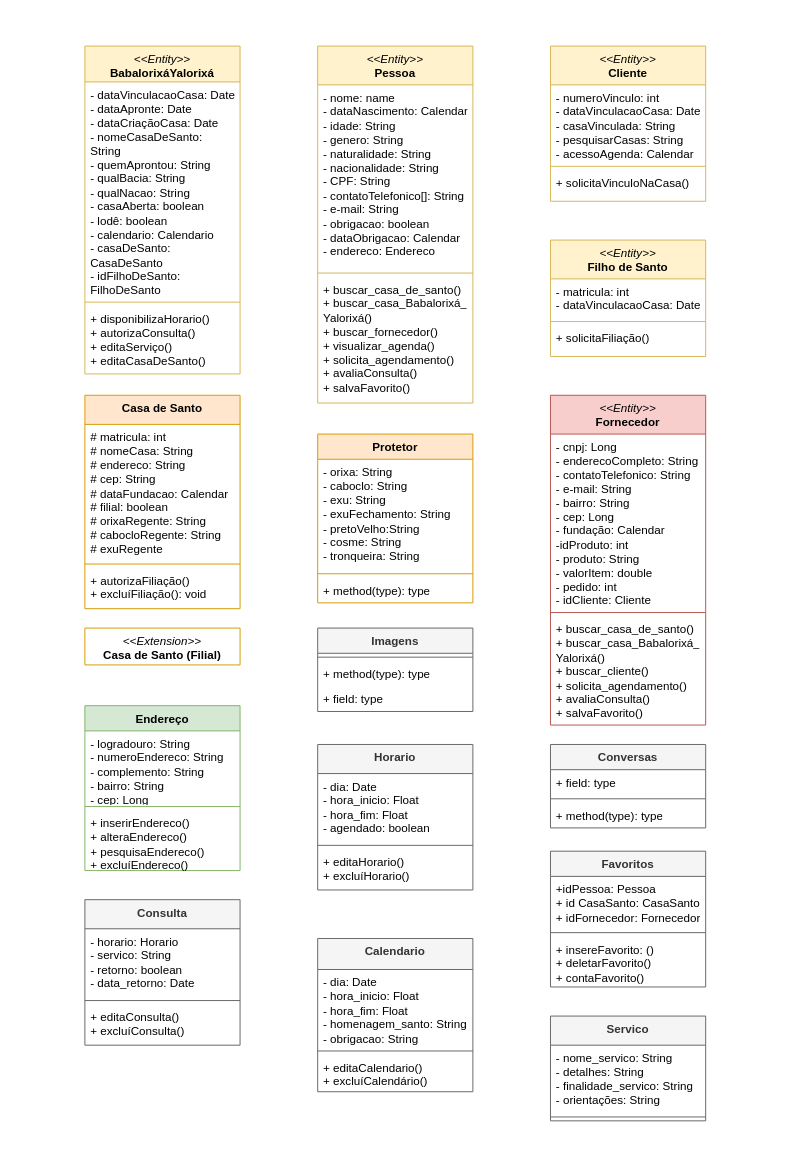
This is DiagramaDeClasseSarava.drawio from AlexCarvalhovisk/sarava, a draw.io file, before an edit. Source tidied: cells renumbered, new cells numbered last; positions are measured from the earlier drawing's top-left corner, leaving out a move shared by most shapes. Both pictures are drawn from the tidied source at 97%, with x=0, y=0 at pixel (84, 46).
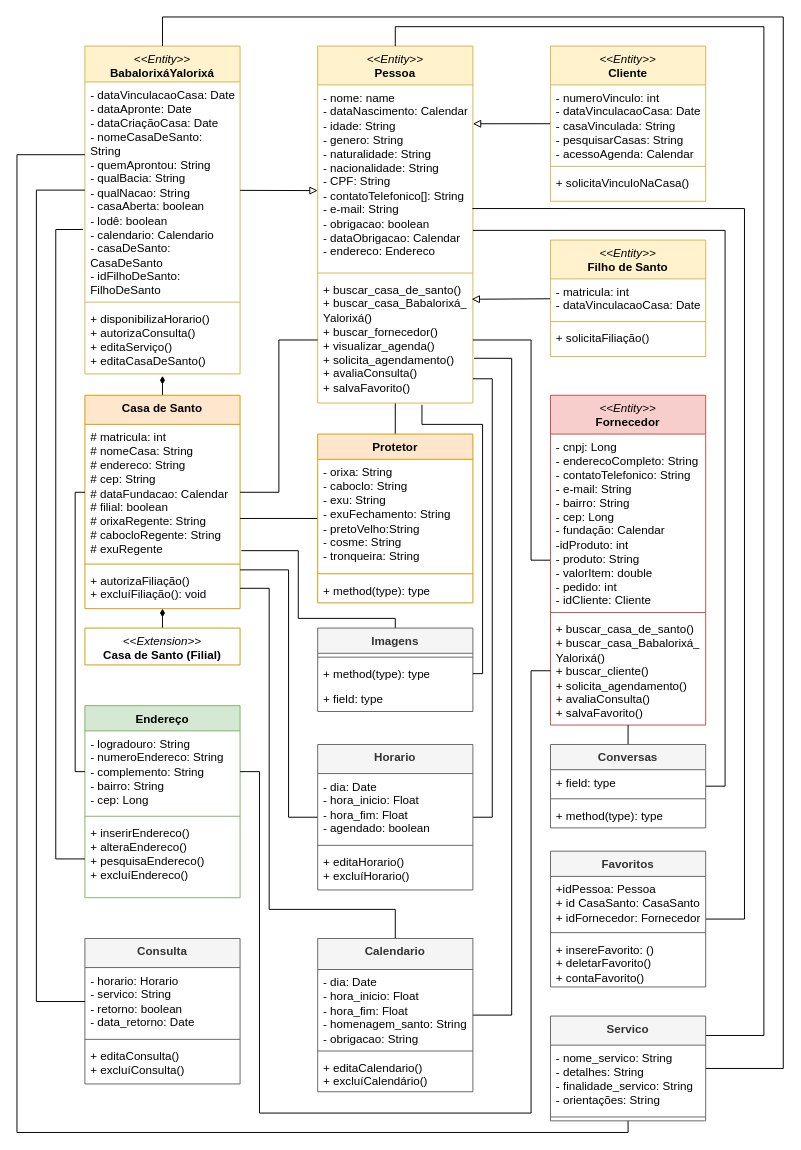
After the change.

Unchanged cells that the change refers to:
```xml
<mxCell id="2" value="&lt;i style=&quot;border-color: var(--border-color); font-weight: 400;&quot;&gt;&amp;lt;&amp;lt;Entity&amp;gt;&amp;gt;&lt;/i&gt;&lt;br&gt;Pessoa" style="swimlane;fontStyle=1;align=center;verticalAlign=top;horizontal=1;startSize=40;whiteSpace=wrap;html=1;fillColor=#fff2cc;strokeColor=#d6b656;" parent="1" vertex="1">
  <mxGeometry x="240" width="160" height="368" as="geometry" />
</mxCell>
<mxCell id="3" value="- nome: name&lt;br&gt;- dataNascimento: Calendar&lt;br&gt;- idade: String&lt;br&gt;- genero: String&lt;br&gt;- naturalidade: String&lt;br&gt;- nacionalidade: String&lt;br&gt;- CPF: String&lt;br&gt;- contatoTelefonico[]: String&lt;br&gt;- e-mail: String&lt;br&gt;- obrigacao: boolean&lt;br&gt;- dataObrigacao: Calendar&lt;br&gt;- endereco: Endereco" style="text;strokeColor=none;fillColor=none;align=left;verticalAlign=top;spacingLeft=4;spacingRight=4;overflow=hidden;points=[[0,0.5],[1,0.5]];portConstraint=eastwest;whiteSpace=wrap;html=1;" parent="2" vertex="1">
  <mxGeometry y="40" width="160" height="190" as="geometry" />
</mxCell>
<mxCell id="5" value="+ buscar_casa_de_santo()&lt;br&gt;+ buscar_casa_Babalorixá_&lt;br&gt;Yalorixá()&lt;br&gt;+ buscar_fornecedor()&lt;br&gt;+ visualizar_agenda()&lt;br&gt;+ solicita_agendamento()&lt;br&gt;+ avaliaConsulta()&lt;br&gt;+ salvaFavorito()" style="text;strokeColor=none;fillColor=none;align=left;verticalAlign=top;spacingLeft=4;spacingRight=4;overflow=hidden;points=[[0,0.5],[1,0.5]];portConstraint=eastwest;whiteSpace=wrap;html=1;" parent="2" vertex="1">
  <mxGeometry y="238" width="160" height="130" as="geometry" />
</mxCell>
<mxCell id="6" value="&lt;i style=&quot;border-color: var(--border-color); font-weight: 400;&quot;&gt;&amp;lt;&amp;lt;Entity&amp;gt;&amp;gt;&lt;/i&gt;&lt;br&gt;Filho de Santo" style="swimlane;fontStyle=1;align=center;verticalAlign=top;horizontal=1;startSize=40;whiteSpace=wrap;html=1;fillColor=#fff2cc;strokeColor=#d6b656;" parent="1" vertex="1">
  <mxGeometry x="480" y="200" width="160" height="120" as="geometry" />
</mxCell>
<mxCell id="10" value="&lt;i style=&quot;border-color: var(--border-color); font-weight: 400;&quot;&gt;&amp;lt;&amp;lt;Entity&amp;gt;&amp;gt;&lt;/i&gt;&lt;br&gt;Cliente" style="swimlane;fontStyle=1;align=center;verticalAlign=top;horizontal=1;startSize=40;whiteSpace=wrap;html=1;fillColor=#fff2cc;strokeColor=#d6b656;" parent="1" vertex="1">
  <mxGeometry x="480" width="160" height="160" as="geometry" />
</mxCell>
<mxCell id="14" value="&lt;i style=&quot;border-color: var(--border-color); font-weight: 400;&quot;&gt;&amp;lt;&amp;lt;Entity&amp;gt;&amp;gt;&lt;/i&gt;&lt;br&gt;Fornecedor" style="swimlane;fontStyle=1;align=center;verticalAlign=top;horizontal=1;startSize=40;whiteSpace=wrap;html=1;fillColor=#f8cecc;strokeColor=#b85450;" parent="1" vertex="1">
  <mxGeometry x="480" y="360" width="160" height="340" as="geometry" />
</mxCell>
<mxCell id="17" value="+ buscar_casa_de_santo()&lt;br&gt;+ buscar_casa_Babalorixá_&lt;br&gt;Yalorixá()&lt;br&gt;+ buscar_cliente()&lt;br&gt;+ solicita_agendamento()&lt;br&gt;+ avaliaConsulta()&lt;br&gt;+ salvaFavorito()" style="text;strokeColor=none;fillColor=none;align=left;verticalAlign=top;spacingLeft=4;spacingRight=4;overflow=hidden;points=[[0,0.5],[1,0.5]];portConstraint=eastwest;whiteSpace=wrap;html=1;" parent="14" vertex="1">
  <mxGeometry y="228" width="160" height="112" as="geometry" />
</mxCell>
<mxCell id="18" value="&lt;i style=&quot;font-weight: normal;&quot;&gt;&amp;lt;&amp;lt;Entity&amp;gt;&amp;gt;&lt;br&gt;&lt;/i&gt;BabalorixáYalorixá" style="swimlane;fontStyle=1;align=center;verticalAlign=top;horizontal=1;startSize=37;whiteSpace=wrap;html=1;fillColor=#fff2cc;strokeColor=#d6b656;" parent="1" vertex="1">
  <mxGeometry width="160" height="338" as="geometry" />
</mxCell>
<mxCell id="19" value="- dataVinculacaoCasa: Date&lt;br style=&quot;border-color: var(--border-color);&quot;&gt;- dataApronte: Date&lt;br&gt;- dataCriaçãoCasa: Date&lt;br&gt;- nomeCasaDeSanto: String&lt;br&gt;- quemAprontou: String&lt;br&gt;- qualBacia: String&lt;br&gt;- qualNacao: String&lt;br&gt;- casaAberta: boolean&lt;br&gt;- lodê: boolean&lt;br&gt;- calendario: Calendario&lt;br&gt;- casaDeSanto: CasaDeSanto&lt;br&gt;- idFilhoDeSanto: FilhoDeSanto" style="text;strokeColor=none;fillColor=none;align=left;verticalAlign=top;spacingLeft=4;spacingRight=4;overflow=hidden;points=[[0,0.5],[1,0.5]];portConstraint=eastwest;whiteSpace=wrap;html=1;" parent="18" vertex="1">
  <mxGeometry y="37" width="160" height="223" as="geometry" />
</mxCell>
<mxCell id="21" value="+ disponibilizaHorario()&lt;br&gt;+ autorizaConsulta()&lt;br&gt;+ editaServiço()&lt;br&gt;+ editaCasaDeSanto()" style="text;strokeColor=none;fillColor=none;align=left;verticalAlign=top;spacingLeft=4;spacingRight=4;overflow=hidden;points=[[0,0.5],[1,0.5]];portConstraint=eastwest;whiteSpace=wrap;html=1;" parent="18" vertex="1">
  <mxGeometry y="268" width="160" height="70" as="geometry" />
</mxCell>
<mxCell id="22" value="Casa de Santo" style="swimlane;fontStyle=1;align=center;verticalAlign=top;horizontal=1;startSize=30;whiteSpace=wrap;html=1;fillColor=#ffe6cc;strokeColor=#d79b00;" parent="1" vertex="1">
  <mxGeometry y="360" width="160" height="220" as="geometry" />
</mxCell>
<mxCell id="23" value="# matricula: int&lt;br&gt;# nomeCasa: String&lt;br&gt;# endereco: String&lt;br&gt;# cep: String&lt;br&gt;# dataFundacao: Calendar&lt;br&gt;# filial: boolean&lt;br&gt;# orixaRegente: String&lt;br&gt;# cabocloRegente: String&lt;br&gt;# exuRegente" style="text;strokeColor=none;fillColor=none;align=left;verticalAlign=top;spacingLeft=4;spacingRight=4;overflow=hidden;points=[[0,0.5],[1,0.5]];portConstraint=eastwest;whiteSpace=wrap;html=1;" parent="22" vertex="1">
  <mxGeometry y="30" width="160" height="140" as="geometry" />
</mxCell>
<mxCell id="25" value="+ autorizaFiliação()&lt;br&gt;+ excluíFiliação(): void" style="text;strokeColor=none;fillColor=none;align=left;verticalAlign=top;spacingLeft=4;spacingRight=4;overflow=hidden;points=[[0,0.5],[1,0.5]];portConstraint=eastwest;whiteSpace=wrap;html=1;" parent="22" vertex="1">
  <mxGeometry y="178" width="160" height="42" as="geometry" />
</mxCell>
<mxCell id="26" value="&lt;span style=&quot;font-weight: normal;&quot;&gt;&lt;i&gt;&amp;lt;&amp;lt;Extension&amp;gt;&amp;gt;&lt;/i&gt;&lt;/span&gt;&lt;br&gt;Casa de Santo (Filial)" style="swimlane;fontStyle=1;align=center;verticalAlign=top;horizontal=1;startSize=0;whiteSpace=wrap;html=1;fillColor=#ffe6cc;strokeColor=#d79b00;" parent="1" vertex="1" collapsed="1">
  <mxGeometry y="600" width="160" height="38" as="geometry" />
</mxCell>
<mxCell id="27" value="Horario" style="swimlane;fontStyle=1;align=center;verticalAlign=top;horizontal=1;startSize=30;whiteSpace=wrap;html=1;fillColor=#f5f5f5;fontColor=#333333;strokeColor=#666666;" parent="1" vertex="1">
  <mxGeometry x="240" y="720" width="160" height="150" as="geometry" />
</mxCell>
<mxCell id="32" value="- horario: Horario&lt;br&gt;- servico: String&lt;br&gt;- retorno: boolean&lt;br&gt;- data_retorno: Date" style="text;strokeColor=none;fillColor=none;align=left;verticalAlign=top;spacingLeft=4;spacingRight=4;overflow=hidden;points=[[0,0.5],[1,0.5]];portConstraint=eastwest;whiteSpace=wrap;html=1;" parent="31" vertex="1">
  <mxGeometry y="30" width="160" height="70" as="geometry" />
</mxCell>
<mxCell id="35" value="Calendario" style="swimlane;fontStyle=1;align=center;verticalAlign=top;horizontal=1;startSize=32;whiteSpace=wrap;html=1;fillColor=#f5f5f5;fontColor=#333333;strokeColor=#666666;" parent="1" vertex="1">
  <mxGeometry x="240" y="920" width="160" height="158" as="geometry" />
</mxCell>
<mxCell id="39" value="Servico" style="swimlane;fontStyle=1;align=center;verticalAlign=top;horizontal=1;startSize=30;whiteSpace=wrap;html=1;fillColor=#f5f5f5;fontColor=#333333;strokeColor=#666666;" parent="1" vertex="1">
  <mxGeometry x="480" y="1000" width="160" height="108" as="geometry" />
</mxCell>
<mxCell id="46" value="Protetor" style="swimlane;fontStyle=1;align=center;verticalAlign=top;horizontal=1;startSize=26;whiteSpace=wrap;html=1;fillColor=#ffe6cc;strokeColor=#d79b00;" parent="1" vertex="1">
  <mxGeometry x="240" y="400" width="160" height="174" as="geometry" />
</mxCell>
<mxCell id="50" value="Conversas" style="swimlane;fontStyle=1;align=center;verticalAlign=top;horizontal=1;startSize=26;whiteSpace=wrap;html=1;fillColor=#f5f5f5;fontColor=#333333;strokeColor=#666666;" parent="1" vertex="1">
  <mxGeometry x="480" y="720" width="160" height="86" as="geometry" />
</mxCell>
<mxCell id="54" value="Favoritos" style="swimlane;fontStyle=1;align=center;verticalAlign=top;horizontal=1;startSize=26;whiteSpace=wrap;html=1;fillColor=#f5f5f5;fontColor=#333333;strokeColor=#666666;" parent="1" vertex="1">
  <mxGeometry x="480" y="830" width="160" height="140" as="geometry" />
</mxCell>
<mxCell id="58" value="Imagens" style="swimlane;fontStyle=1;align=center;verticalAlign=top;horizontal=1;startSize=26;whiteSpace=wrap;html=1;fillColor=#f5f5f5;fontColor=#333333;strokeColor=#666666;" parent="1" vertex="1">
  <mxGeometry x="240" y="600" width="160" height="86" as="geometry" />
</mxCell>
<mxCell id="60" value="+ method(type): type" style="text;strokeColor=none;fillColor=none;align=left;verticalAlign=top;spacingLeft=4;spacingRight=4;overflow=hidden;points=[[0,0.5],[1,0.5]];portConstraint=eastwest;whiteSpace=wrap;html=1;" parent="58" vertex="1">
  <mxGeometry y="34" width="160" height="26" as="geometry" />
</mxCell>
```

Diff of the diagram source:
```diff
@@
+    <mxCell id="62" style="rounded=0;jettySize=auto;html=1;entryX=0.5;entryY=0;entryDx=0;entryDy=0;endArrow=none;endFill=0;" parent="1" edge="1" source="2" target="46">
+      <mxGeometry relative="1" as="geometry" />
+    </mxCell>
@@
+    <mxCell id="63" style="rounded=0;jettySize=auto;html=1;endArrow=block;endFill=0;entryX=0.992;entryY=0.177;entryDx=0;entryDy=0;entryPerimeter=0;" parent="1" edge="1" source="6" target="5">
+      <mxGeometry relative="1" as="geometry" />
+    </mxCell>
@@
+    <mxCell id="64" style="rounded=0;jettySize=auto;html=1;entryX=1;entryY=0.211;entryDx=0;entryDy=0;entryPerimeter=0;endArrow=block;endFill=0;" parent="1" edge="1" source="10" target="3">
+      <mxGeometry relative="1" as="geometry" />
+    </mxCell>
@@
+    <mxCell id="65" style="edgeStyle=orthogonalEdgeStyle;rounded=0;jettySize=auto;html=1;endArrow=none;endFill=0;" parent="1" edge="1" source="14" target="5">
+      <mxGeometry relative="1" as="geometry">
+        <Array as="points">
+          <mxPoint x="460" y="530" />
+          <mxPoint x="460" y="303" />
+        </Array>
+      </mxGeometry>
+    </mxCell>
@@
+    <mxCell id="66" style="rounded=0;jettySize=auto;html=1;entryX=0.5;entryY=1.029;entryDx=0;entryDy=0;entryPerimeter=0;endArrow=diamondThin;endFill=1;" parent="1" edge="1" source="22" target="21">
+      <mxGeometry relative="1" as="geometry" />
+    </mxCell>
@@
+    <mxCell id="67" style="rounded=0;jettySize=auto;html=1;entryX=0.5;entryY=1;entryDx=0;entryDy=0;entryPerimeter=0;endArrow=diamondThin;endFill=1;" parent="1" edge="1" source="26" target="25">
+      <mxGeometry relative="1" as="geometry" />
+    </mxCell>
@@
+    <mxCell id="68" style="edgeStyle=orthogonalEdgeStyle;rounded=0;jettySize=auto;html=1;endArrow=none;endFill=0;" parent="1" edge="1" source="27">
+      <mxGeometry relative="1" as="geometry">
+        <mxPoint x="160" y="540" as="targetPoint" />
+        <Array as="points">
+          <mxPoint x="210" y="795" />
+          <mxPoint x="210" y="540" />
+        </Array>
+      </mxGeometry>
+    </mxCell>
+    <mxCell id="69" style="edgeStyle=orthogonalEdgeStyle;rounded=0;jettySize=auto;html=1;endArrow=none;endFill=0;" parent="1" edge="1" source="27">
+      <mxGeometry relative="1" as="geometry">
+        <mxPoint x="400" y="343" as="targetPoint" />
+        <Array as="points">
+          <mxPoint x="420" y="795" />
+          <mxPoint x="420" y="343" />
+        </Array>
+      </mxGeometry>
+    </mxCell>
@@
     <mxCell id="31" value="Consulta" style="swimlane;fontStyle=1;align=center;verticalAlign=top;horizontal=1;startSize=30;whiteSpace=wrap;html=1;fillColor=#f5f5f5;fontColor=#333333;strokeColor=#666666;" parent="1" vertex="1">
-      <mxGeometry y="880" width="160" height="150" as="geometry" />
+      <mxGeometry y="920" width="160" height="150" as="geometry" />
     </mxCell>
@@
+    <mxCell id="70" style="edgeStyle=orthogonalEdgeStyle;rounded=0;jettySize=auto;html=1;entryX=1;entryY=0.5;entryDx=0;entryDy=0;endArrow=none;endFill=0;" parent="1" edge="1" source="35" target="25">
+      <mxGeometry relative="1" as="geometry">
+        <Array as="points">
+          <mxPoint x="320" y="890" />
+          <mxPoint x="190" y="890" />
+          <mxPoint x="190" y="559" />
+        </Array>
+      </mxGeometry>
+    </mxCell>
+    <mxCell id="71" style="edgeStyle=orthogonalEdgeStyle;rounded=0;jettySize=auto;html=1;entryX=1.008;entryY=0.645;entryDx=0;entryDy=0;entryPerimeter=0;endArrow=none;endFill=0;" parent="1" edge="1" source="35" target="5">
+      <mxGeometry relative="1" as="geometry">
+        <Array as="points">
+          <mxPoint x="440" y="999" />
+          <mxPoint x="440" y="322" />
+        </Array>
+      </mxGeometry>
+    </mxCell>
@@
+    <mxCell id="72" style="edgeStyle=orthogonalEdgeStyle;rounded=0;jettySize=auto;html=1;endArrow=none;endFill=0;" parent="1" edge="1" source="39">
+      <mxGeometry relative="1" as="geometry">
+        <mxPoint y="112" as="targetPoint" />
+        <Array as="points">
+          <mxPoint x="560" y="1120" />
+          <mxPoint x="-70" y="1120" />
+          <mxPoint x="-70" y="112" />
+        </Array>
+      </mxGeometry>
+    </mxCell>
+    <mxCell id="73" style="edgeStyle=orthogonalEdgeStyle;rounded=0;jettySize=auto;html=1;entryX=0.5;entryY=0;entryDx=0;entryDy=0;endArrow=none;endFill=0;" parent="1" edge="1" source="39" target="2">
+      <mxGeometry relative="1" as="geometry">
+        <Array as="points">
+          <mxPoint x="700" y="1020" />
+          <mxPoint x="700" y="-20" />
+          <mxPoint x="320" y="-20" />
+        </Array>
+      </mxGeometry>
+    </mxCell>
+    <mxCell id="74" style="edgeStyle=orthogonalEdgeStyle;rounded=0;jettySize=auto;html=1;entryX=0.5;entryY=0;entryDx=0;entryDy=0;endArrow=none;endFill=0;" parent="1" edge="1" source="39" target="18">
+      <mxGeometry relative="1" as="geometry">
+        <Array as="points">
+          <mxPoint x="720" y="1054" />
+          <mxPoint x="720" y="-30" />
+          <mxPoint x="80" y="-30" />
+        </Array>
+      </mxGeometry>
+    </mxCell>
@@
     <mxCell id="42" value="Endereço" style="swimlane;fontStyle=1;align=center;verticalAlign=top;horizontal=1;startSize=26;whiteSpace=wrap;html=1;fillColor=#d5e8d4;strokeColor=#82b366;" parent="1" vertex="1">
-      <mxGeometry y="680" width="160" height="170" as="geometry" />
+      <mxGeometry y="680" width="160" height="198" as="geometry" />
     </mxCell>
     <mxCell id="43" value="- logradouro: String&lt;br&gt;- numeroEndereco: String&lt;br&gt;- complemento: String&lt;br&gt;- bairro: String&lt;br&gt;- cep: Long" style="text;strokeColor=none;fillColor=none;align=left;verticalAlign=top;spacingLeft=4;spacingRight=4;overflow=hidden;points=[[0,0.5],[1,0.5]];portConstraint=eastwest;whiteSpace=wrap;html=1;" parent="42" vertex="1">
-      <mxGeometry y="26" width="160" height="74" as="geometry" />
+      <mxGeometry y="26" width="160" height="84" as="geometry" />
     </mxCell>
     <mxCell id="44" style="line;strokeWidth=1;fillColor=none;align=left;verticalAlign=middle;spacingTop=-1;spacingLeft=3;spacingRight=3;labelPosition=right;strokeColor=inherit;" parent="42" vertex="1">
-      <mxGeometry y="100" width="160" height="8" as="geometry" />
+      <mxGeometry y="110" width="160" height="8" as="geometry" />
     </mxCell>
     <mxCell id="45" value="+ inserirEndereco()&lt;br&gt;+ alteraEndereco()&lt;br&gt;+ pesquisaEndereco()&lt;br&gt;+ excluíEndereco()" style="text;strokeColor=none;fillColor=none;align=left;verticalAlign=top;spacingLeft=4;spacingRight=4;overflow=hidden;points=[[0,0.5],[1,0.5]];portConstraint=eastwest;whiteSpace=wrap;html=1;" parent="42" vertex="1">
-      <mxGeometry y="108" width="160" height="62" as="geometry" />
+      <mxGeometry y="118" width="160" height="80" as="geometry" />
     </mxCell>
+    <mxCell id="75" style="rounded=0;jettySize=auto;html=1;endArrow=none;endFill=0;entryX=1;entryY=0.693;entryDx=0;entryDy=0;entryPerimeter=0;" parent="1" edge="1" source="46" target="23">
+      <mxGeometry relative="1" as="geometry" />
+    </mxCell>
@@
+    <mxCell id="76" style="rounded=0;jettySize=auto;html=1;entryX=0.5;entryY=1;entryDx=0;entryDy=0;entryPerimeter=0;endArrow=none;endFill=0;" parent="1" edge="1" source="50" target="17">
+      <mxGeometry relative="1" as="geometry" />
+    </mxCell>
+    <mxCell id="77" style="edgeStyle=orthogonalEdgeStyle;rounded=0;jettySize=auto;html=1;endArrow=none;endFill=0;" parent="1" edge="1" source="50">
+      <mxGeometry relative="1" as="geometry">
+        <mxPoint x="400" y="190" as="targetPoint" />
+        <Array as="points">
+          <mxPoint x="660" y="763" />
+          <mxPoint x="660" y="190" />
+        </Array>
+      </mxGeometry>
+    </mxCell>
@@
+    <mxCell id="78" style="edgeStyle=orthogonalEdgeStyle;rounded=0;jettySize=auto;html=1;entryX=0.997;entryY=0.671;entryDx=0;entryDy=0;entryPerimeter=0;endArrow=none;endFill=0;" parent="1" edge="1" source="54" target="3">
+      <mxGeometry relative="1" as="geometry">
+        <Array as="points">
+          <mxPoint x="680" y="900" />
+          <mxPoint x="680" y="168" />
+        </Array>
+      </mxGeometry>
+    </mxCell>
@@
+    <mxCell id="79" style="edgeStyle=orthogonalEdgeStyle;rounded=0;jettySize=auto;html=1;entryX=1.008;entryY=0.93;entryDx=0;entryDy=0;entryPerimeter=0;endArrow=none;endFill=0;" parent="1" edge="1" source="58" target="23">
+      <mxGeometry relative="1" as="geometry">
+        <Array as="points">
+          <mxPoint x="320" y="590" />
+          <mxPoint x="220" y="590" />
+          <mxPoint x="220" y="520" />
+        </Array>
+      </mxGeometry>
+    </mxCell>
@@
+    <mxCell id="80" style="rounded=0;jettySize=auto;html=1;endArrow=block;endFill=0;" parent="1" edge="1" source="19">
+      <mxGeometry relative="1" as="geometry">
+        <mxPoint x="240" y="149" as="targetPoint" />
+      </mxGeometry>
+    </mxCell>
+    <mxCell id="81" style="edgeStyle=orthogonalEdgeStyle;rounded=0;jettySize=auto;html=1;entryX=0;entryY=0.5;entryDx=0;entryDy=0;endArrow=none;endFill=0;" parent="1" edge="1" source="23" target="5">
+      <mxGeometry relative="1" as="geometry" />
+    </mxCell>
+    <mxCell id="82" style="edgeStyle=orthogonalEdgeStyle;rounded=0;jettySize=auto;html=1;entryX=0;entryY=0.5;entryDx=0;entryDy=0;endArrow=none;endFill=0;" parent="1" edge="1" source="43" target="23">
+      <mxGeometry relative="1" as="geometry">
+        <Array as="points">
+          <mxPoint x="-10" y="748" />
+          <mxPoint x="-10" y="460" />
+        </Array>
+      </mxGeometry>
+    </mxCell>
+    <mxCell id="83" style="edgeStyle=orthogonalEdgeStyle;rounded=0;jettySize=auto;html=1;entryX=0;entryY=0.5;entryDx=0;entryDy=0;endArrow=none;endFill=0;" parent="1" edge="1" source="32" target="19">
+      <mxGeometry relative="1" as="geometry">
+        <Array as="points">
+          <mxPoint x="-50" y="985" />
+          <mxPoint x="-50" y="149" />
+        </Array>
+      </mxGeometry>
+    </mxCell>
+    <mxCell id="84" style="edgeStyle=orthogonalEdgeStyle;rounded=0;jettySize=auto;html=1;entryX=-0.012;entryY=0.682;entryDx=0;entryDy=0;entryPerimeter=0;endArrow=none;endFill=0;" parent="1" edge="1" source="45" target="19">
+      <mxGeometry relative="1" as="geometry">
+        <Array as="points">
+          <mxPoint x="-30" y="838" />
+          <mxPoint x="-30" y="189" />
+        </Array>
+      </mxGeometry>
+    </mxCell>
+    <mxCell id="85" style="edgeStyle=orthogonalEdgeStyle;rounded=0;jettySize=auto;html=1;entryX=1;entryY=0.5;entryDx=0;entryDy=0;exitX=0;exitY=0.5;exitDx=0;exitDy=0;endArrow=none;endFill=0;" parent="1" edge="1" source="17" target="43">
+      <mxGeometry relative="1" as="geometry">
+        <Array as="points">
+          <mxPoint x="460" y="644" />
+          <mxPoint x="460" y="1100" />
+          <mxPoint x="180" y="1100" />
+          <mxPoint x="180" y="748" />
+        </Array>
+      </mxGeometry>
+    </mxCell>
+    <mxCell id="86" style="edgeStyle=orthogonalEdgeStyle;rounded=0;jettySize=auto;html=1;entryX=0.672;entryY=1.014;entryDx=0;entryDy=0;entryPerimeter=0;endArrow=none;endFill=0;" parent="1" edge="1" source="60" target="5">
+      <mxGeometry relative="1" as="geometry">
+        <Array as="points">
+          <mxPoint x="410" y="647" />
+          <mxPoint x="410" y="390" />
+          <mxPoint x="348" y="390" />
+        </Array>
+      </mxGeometry>
+    </mxCell>
```
